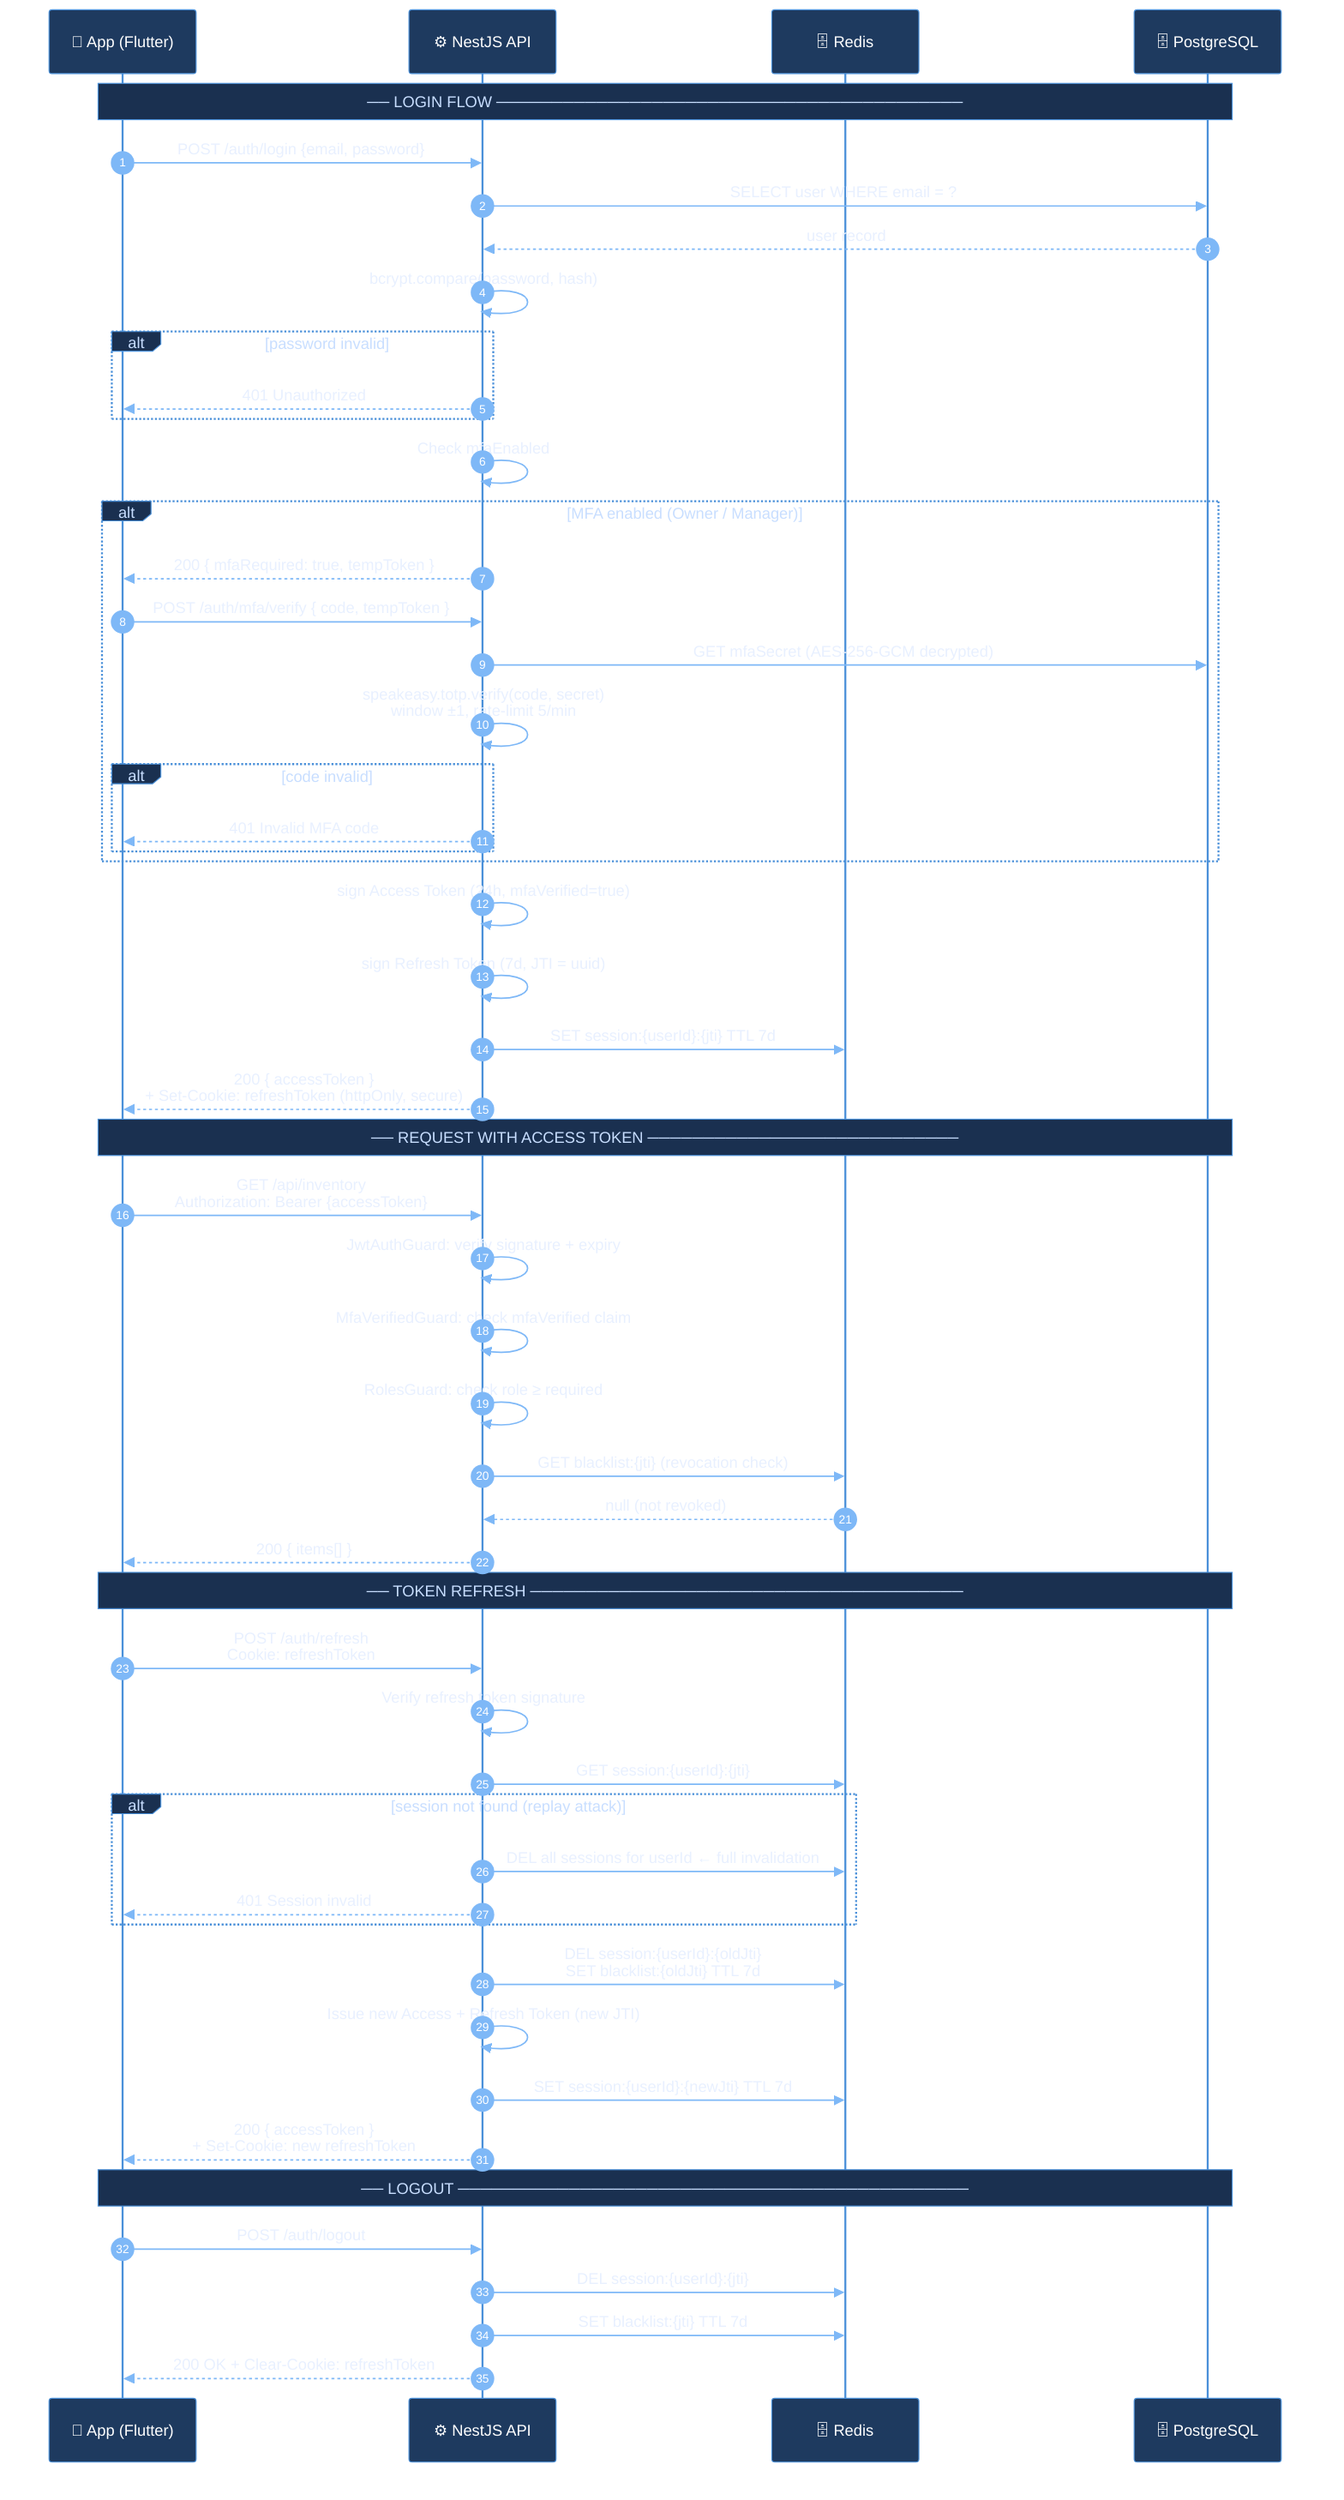
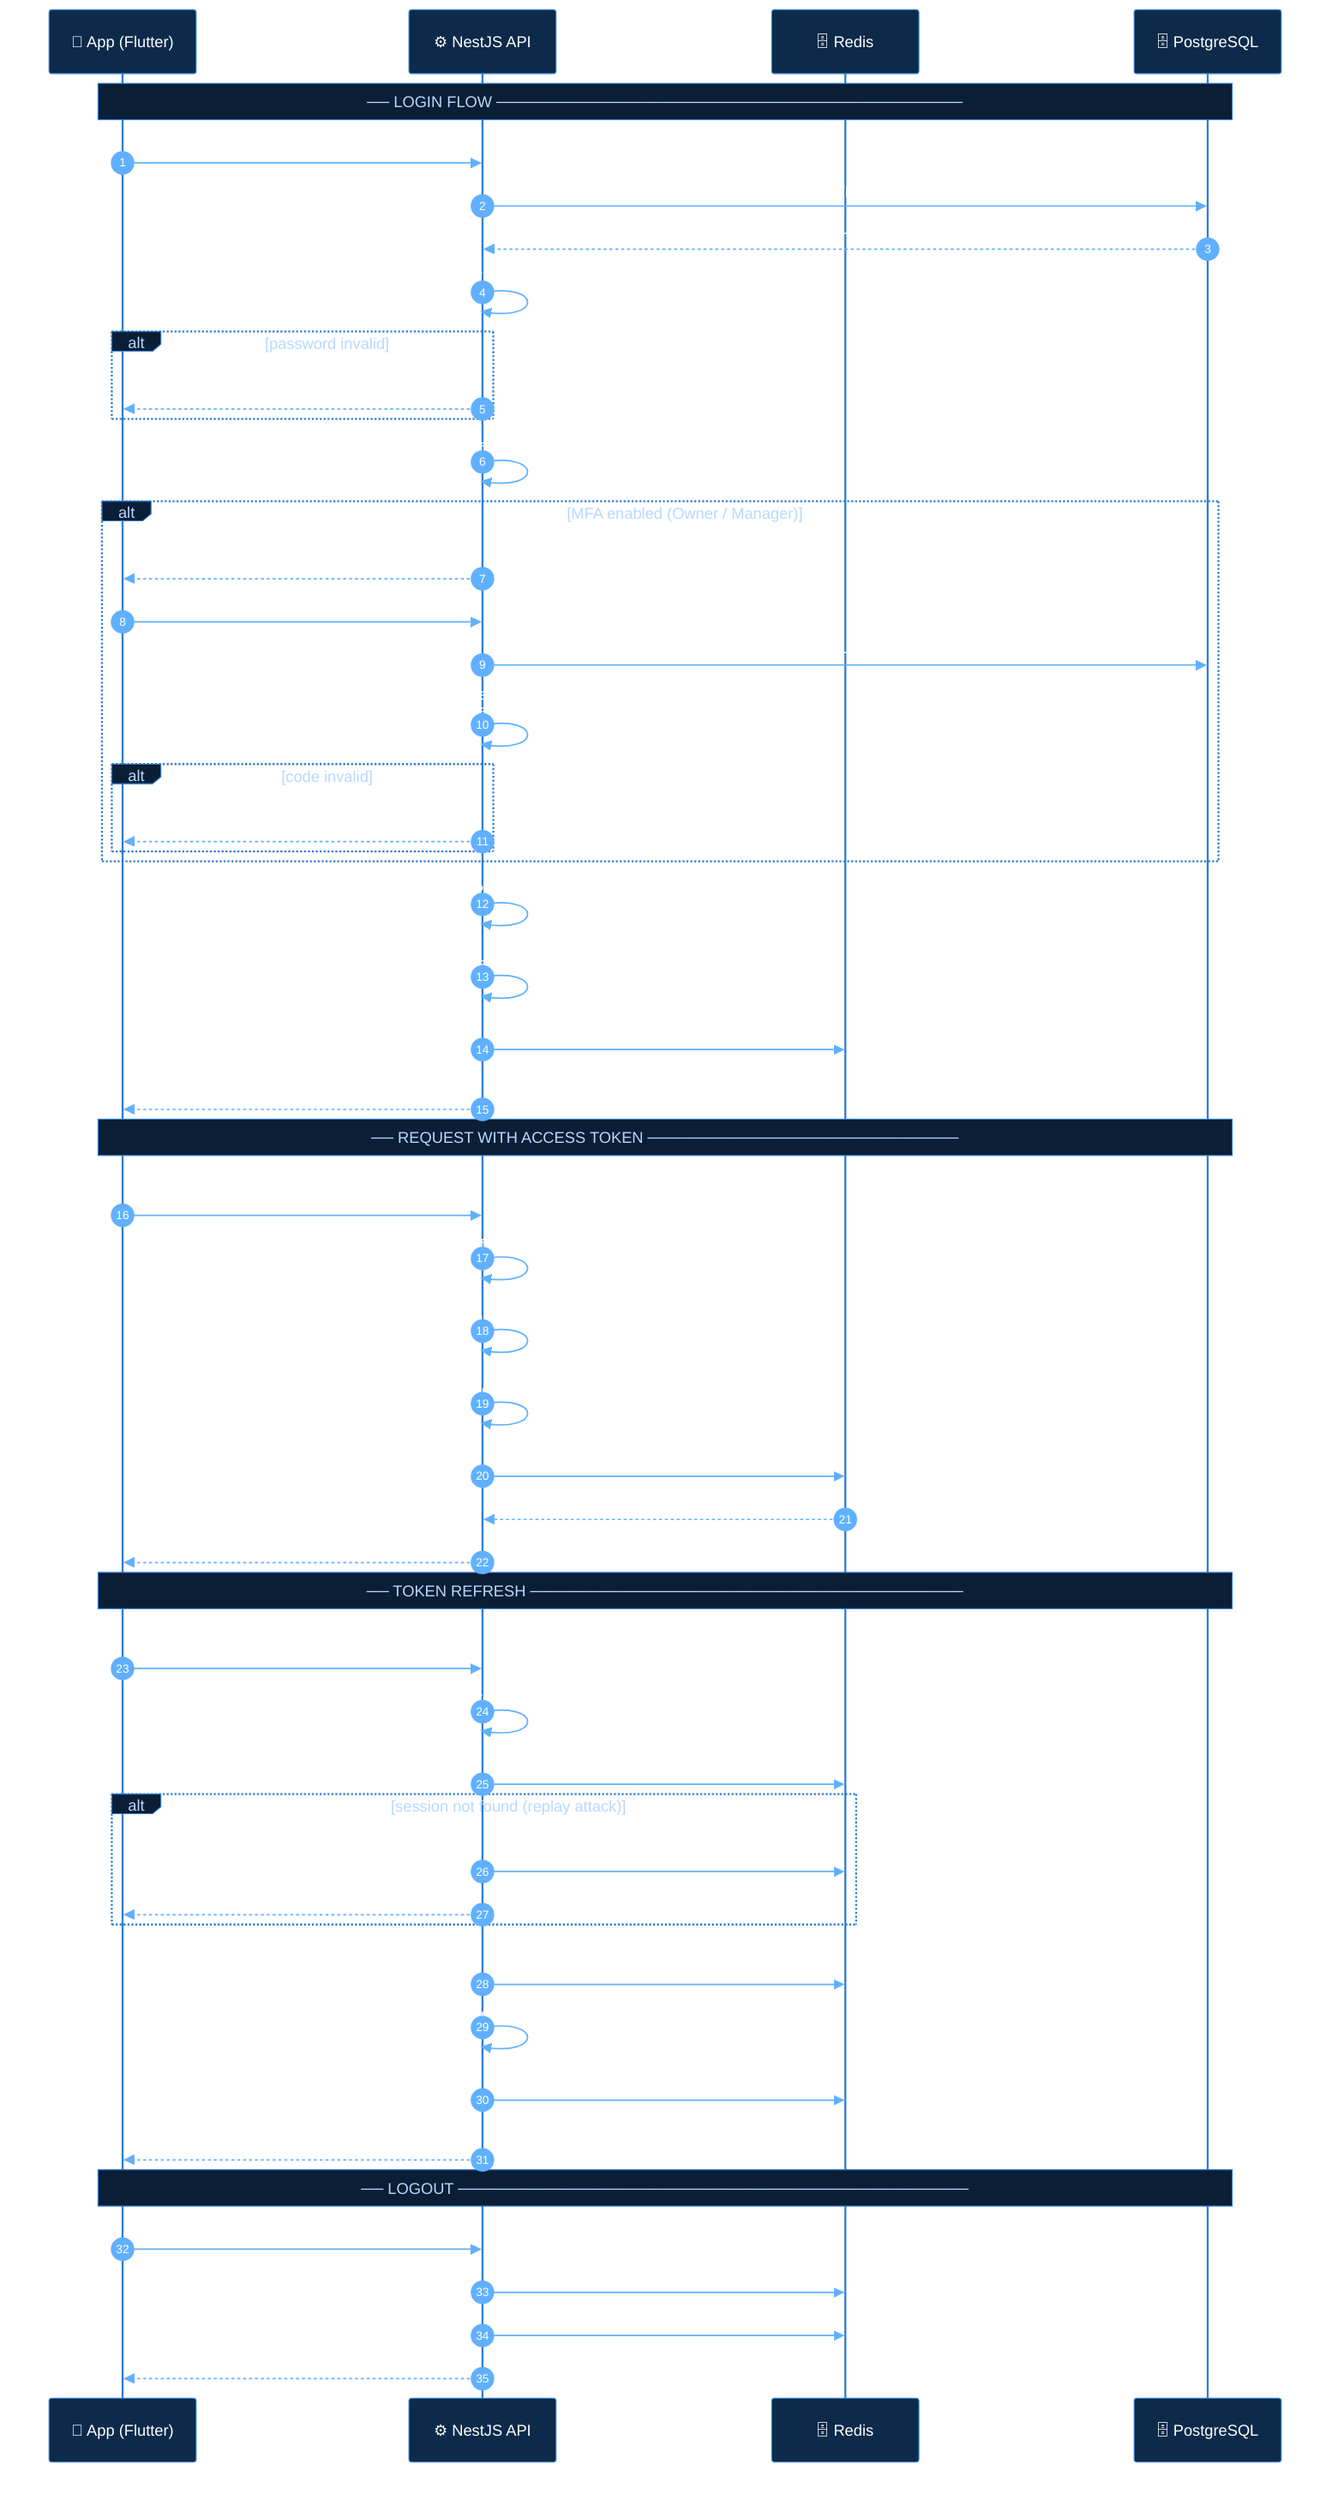
%%{init: {
  "theme": "base",
  "themeVariables": {
-     "background": "#0d1117",
-     "primaryColor": "#1e3a5f",
-     "primaryTextColor": "#e8f0ff",
-     "primaryBorderColor": "#4a90d9",
-     "lineColor": "#7eb8f7",
-     "secondaryColor": "#162039",
-     "tertiaryColor": "#0d2030",
-     "noteBkgColor": "#1a3050",
-     "noteTextColor": "#c8deff",
-     "noteBorderColor": "#4a90d9",
-     "activationBkgColor": "#2d5090",
-     "activationBorderColor": "#6aabf7",
+     "background": "#000000",
+     "primaryColor": "#0d2a4a",
+     "primaryTextColor": "#ffffff",
+     "primaryBorderColor": "#2e7dd1",
+     "lineColor": "#60b0ff",
+     "secondaryColor": "#0a1e35",
+     "tertiaryColor": "#061525",
+     "noteBkgColor": "#0a1e35",
+     "noteTextColor": "#b8d8ff",
+     "noteBorderColor": "#2e7dd1",
+     "activationBkgColor": "#1a4a8a",
+     "activationBorderColor": "#60b0ff",
    "sequenceNumberColor": "#ffffff",
-     "actorBkg": "#1e3a5f",
-     "actorBorder": "#4a90d9",
+     "actorBkg": "#0d2a4a",
+     "actorBorder": "#2e7dd1",
    "actorTextColor": "#ffffff",
-     "actorLineColor": "#4a90d9",
-     "signalColor": "#7eb8f7",
-     "signalTextColor": "#e8f0ff",
-     "labelBoxBkgColor": "#1a3050",
-     "labelBoxBorderColor": "#4a90d9",
-     "labelTextColor": "#c8deff",
-     "loopTextColor": "#c8deff",
-     "altSectionBkgColor": "#0f2035",
-     "altSectionBkgColor2": "#162845"
+     "actorLineColor": "#2e7dd1",
+     "signalColor": "#60b0ff",
+     "signalTextColor": "#ffffff",
+     "labelBoxBkgColor": "#0a1e35",
+     "labelBoxBorderColor": "#2e7dd1",
+     "labelTextColor": "#b8d8ff",
+     "loopTextColor": "#b8d8ff",
+     "altSectionBkgColor": "#060f1a",
+     "altSectionBkgColor2": "#0a1828"
  }
}}%%
sequenceDiagram
    autonumber
    participant APP as 📱 App (Flutter)
    participant API as ⚙️ NestJS API
    participant REDIS as 🗄️ Redis
    participant PG as 🗄️ PostgreSQL

    note over APP,PG: ── LOGIN FLOW ──────────────────────────────────────────

    APP->>API: POST /auth/login {email, password}
    API->>PG: SELECT user WHERE email = ?
    PG-->>API: user record
    API->>API: bcrypt.compare(password, hash)
    alt password invalid
        API-->>APP: 401 Unauthorized
    end
    API->>API: Check mfaEnabled
    alt MFA enabled (Owner / Manager)
        API-->>APP: 200 { mfaRequired: true, tempToken }
        APP->>API: POST /auth/mfa/verify { code, tempToken }
        API->>PG: GET mfaSecret (AES-256-GCM decrypted)
        API->>API: speakeasy.totp.verify(code, secret)<br/>window ±1, rate-limit 5/min
        alt code invalid
            API-->>APP: 401 Invalid MFA code
        end
    end
    API->>API: sign Access Token (24h, mfaVerified=true)
    API->>API: sign Refresh Token (7d, JTI = uuid)
    API->>REDIS: SET session:{userId}:{jti} TTL 7d
    API-->>APP: 200 { accessToken }<br/>+ Set-Cookie: refreshToken (httpOnly, secure)

    note over APP,PG: ── REQUEST WITH ACCESS TOKEN ────────────────────────────

    APP->>API: GET /api/inventory<br/>Authorization: Bearer {accessToken}
    API->>API: JwtAuthGuard: verify signature + expiry
    API->>API: MfaVerifiedGuard: check mfaVerified claim
    API->>API: RolesGuard: check role ≥ required
    API->>REDIS: GET blacklist:{jti}  (revocation check)
    REDIS-->>API: null (not revoked)
    API-->>APP: 200 { items[] }

    note over APP,PG: ── TOKEN REFRESH ───────────────────────────────────────

    APP->>API: POST /auth/refresh<br/>Cookie: refreshToken
    API->>API: Verify refresh token signature
    API->>REDIS: GET session:{userId}:{jti}
    alt session not found (replay attack)
        API->>REDIS: DEL all sessions for userId  ← full invalidation
        API-->>APP: 401 Session invalid
    end
    API->>REDIS: DEL session:{userId}:{oldJti}<br/>SET blacklist:{oldJti} TTL 7d
    API->>API: Issue new Access + Refresh Token (new JTI)
    API->>REDIS: SET session:{userId}:{newJti} TTL 7d
    API-->>APP: 200 { accessToken }<br/>+ Set-Cookie: new refreshToken

    note over APP,PG: ── LOGOUT ──────────────────────────────────────────────

    APP->>API: POST /auth/logout
    API->>REDIS: DEL session:{userId}:{jti}
    API->>REDIS: SET blacklist:{jti} TTL 7d
    API-->>APP: 200 OK + Clear-Cookie: refreshToken
